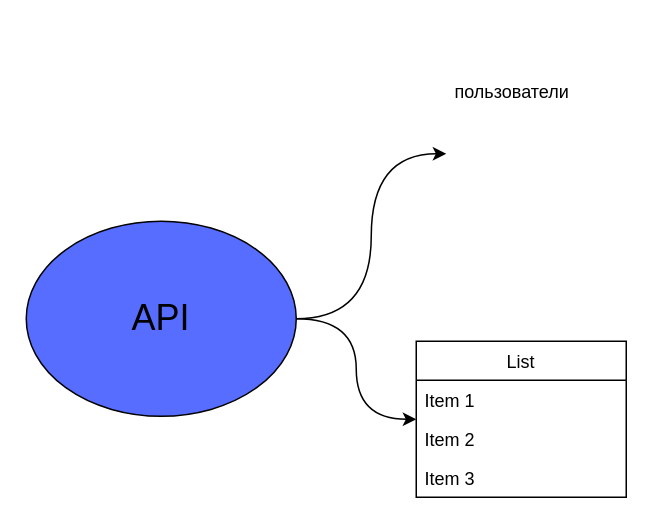
tomafoks/my-mind keeps this draw.io diagram as Untitled Diagram.drawio. Above is the earlier version. Source tidied: cells renumbered, new cells numbered last; positions are measured from the earlier drawing's top-left corner, leaving out a move shared by most shapes. Both pictures are drawn from the tidied source at 150%, with x=0, y=0 at pixel (26, 70).
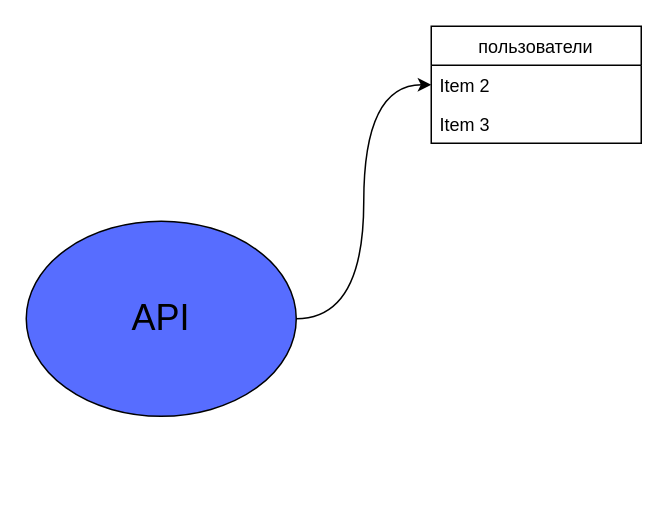
The same page after the edit.

What changed in the source:
```diff
@@
 <mxGraphModel>
   <root>
     <mxCell id="0" />
     <mxCell id="1" parent="0" />
-    <mxCell id="2" style="edgeStyle=orthogonalEdgeStyle;curved=1;rounded=0;jettySize=auto;html=1;" parent="1" edge="1" source="4" target="5">
-      <mxGeometry relative="1" as="geometry" />
-    </mxCell>
     <mxCell id="3" style="edgeStyle=orthogonalEdgeStyle;curved=1;rounded=0;jettySize=auto;html=1;entryX=0;entryY=0.5;entryDx=0;entryDy=0;" parent="1" edge="1" source="4" target="6">
       <mxGeometry relative="1" as="geometry" />
     </mxCell>
     <mxCell id="4" value="&lt;font style=&quot;font-size: 24px&quot;&gt;API&lt;/font&gt;" style="ellipse;whiteSpace=wrap;html=1;fillColor=#576DFF;" parent="1" vertex="1">
       <mxGeometry y="100" width="180" height="130" as="geometry" />
     </mxCell>
-    <mxCell id="5" value="пользователи&#10;" style="text;strokeColor=none;fillColor=none;align=left;verticalAlign=top;spacingLeft=4;spacingRight=4;overflow=hidden;points=[[0,0.5],[1,0.5]];portConstraint=eastwest;" parent="1" vertex="1">
-      <mxGeometry x="280" width="100" height="110" as="geometry" />
-    </mxCell>
-    <mxCell id="6" value="List" style="swimlane;fontStyle=0;horizontal=1;startSize=26;fillColor=#FFFFFF;" parent="1" vertex="1">
-      <mxGeometry x="260" y="180" width="140" height="104" as="geometry" />
+    <mxCell id="6" value="пользователи" style="swimlane;fontStyle=0;horizontal=1;startSize=26;fillColor=#FFFFFF;" parent="1" vertex="1">
+      <mxGeometry x="270" y="-30" width="140" height="78" as="geometry" />
     </mxCell>
-    <mxCell id="7" value="Item 1" style="text;strokeColor=none;fillColor=none;align=left;verticalAlign=top;spacingLeft=4;spacingRight=4;overflow=hidden;" parent="6" vertex="1">
-      <mxGeometry y="26" width="140" height="26" as="geometry" />
-    </mxCell>
     <mxCell id="8" value="Item 2" style="text;strokeColor=none;fillColor=none;align=left;verticalAlign=top;spacingLeft=4;spacingRight=4;overflow=hidden;" parent="6" vertex="1">
-      <mxGeometry y="52" width="140" height="26" as="geometry" />
+      <mxGeometry y="26" width="140" height="26" as="geometry" />
     </mxCell>
     <mxCell id="9" value="Item 3" style="text;strokeColor=none;fillColor=none;align=left;verticalAlign=top;spacingLeft=4;spacingRight=4;overflow=hidden;" parent="6" vertex="1">
-      <mxGeometry y="78" width="140" height="26" as="geometry" />
+      <mxGeometry y="52" width="140" height="26" as="geometry" />
     </mxCell>
   </root>
 </mxGraphModel>
```
